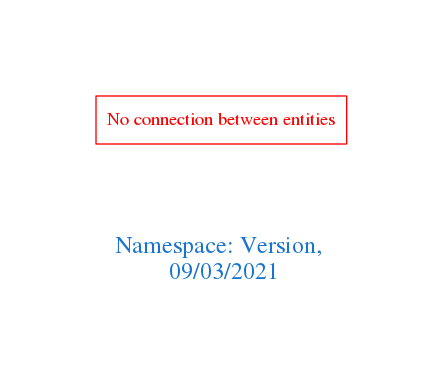
Above: downloads/Version.png in arago/OGIT (Graphviz), before the change. Its source is kept beside it as downloads/Version.dot.
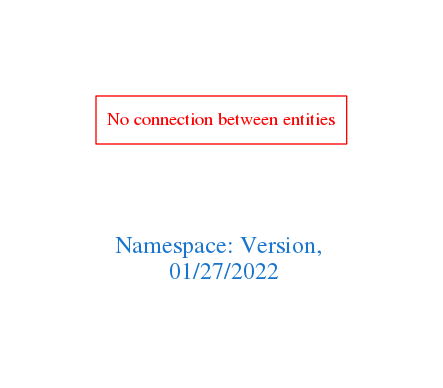
Above is the later version.

Change to the diagram source:
```diff
@@ -1,7 +1,7 @@
 digraph OGIT_ontology {
  graph [ rankdir= LR,pad=1
 fontsize = 18,
-fontcolor= dodgerblue3,label = "\n\n\nNamespace: Version, \n 09/03/2021"];
+fontcolor= dodgerblue3,label = "\n\n\nNamespace: Version, \n 01/27/2022"];
 node[shape=polygon];
 edge [  color="gray81"];
 
```
